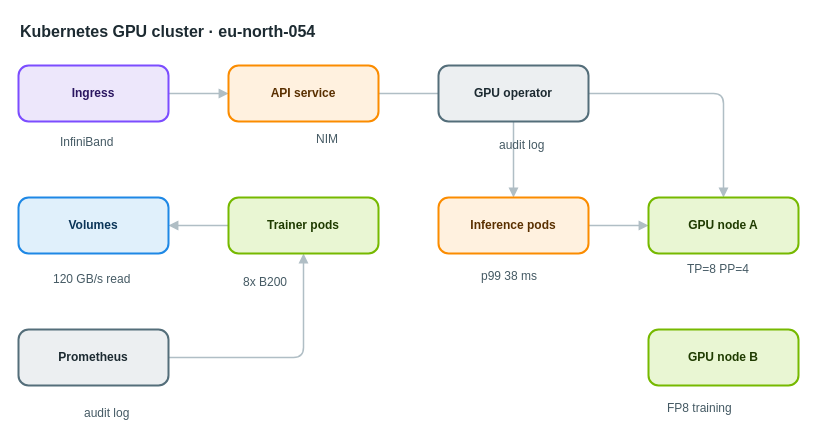
This is apps/web/public/samples/library/054-kubernetes-gpu-cluster.drawio from AryanG01/open-apprentice, a draw.io file, before an edit. Source tidied: cells renumbered, new cells numbered last; positions are measured from the earlier drawing's top-left corner, leaving out a move shared by most shapes. Both pictures are drawn from the tidied source at 100%, with x=0, y=0 at pixel (18, 17).
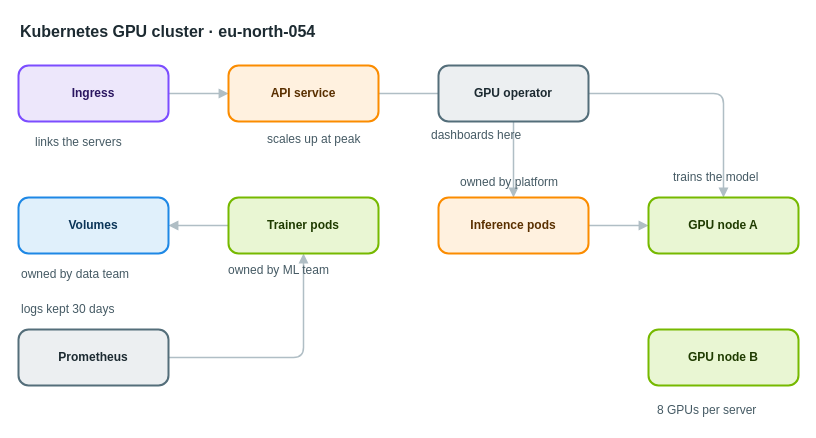
The same page after the edit.

What changed in the source:
```diff
@@
-    <mxCell id="18" value="InfiniBand" style="text;html=1;align=left;verticalAlign=top;whiteSpace=nowrap;spacing=0;spacingTop=0;strokeColor=none;fillColor=none;fontSize=12;fontColor=#455a64;" parent="1" vertex="1">
-      <mxGeometry x="42" y="113" width="82" height="20" as="geometry" />
+    <mxCell id="18" value="links the servers" style="text;html=1;align=left;verticalAlign=top;whiteSpace=nowrap;spacing=0;spacingTop=0;strokeColor=none;fillColor=none;fontSize=12;fontColor=#455a64;" parent="1" vertex="1">
+      <mxGeometry x="17" y="113" width="131" height="20" as="geometry" />
     </mxCell>
-    <mxCell id="19" value="NIM" style="text;html=1;align=left;verticalAlign=top;whiteSpace=nowrap;spacing=0;spacingTop=0;strokeColor=none;fillColor=none;fontSize=12;fontColor=#455a64;" parent="1" vertex="1">
-      <mxGeometry x="298" y="110" width="33" height="20" as="geometry" />
+    <mxCell id="19" value="scales up at peak" style="text;html=1;align=left;verticalAlign=top;whiteSpace=nowrap;spacing=0;spacingTop=0;strokeColor=none;fillColor=none;fontSize=12;fontColor=#455a64;" parent="1" vertex="1">
+      <mxGeometry x="249" y="110" width="131" height="20" as="geometry" />
     </mxCell>
-    <mxCell id="20" value="audit log" style="text;html=1;align=left;verticalAlign=top;whiteSpace=nowrap;spacing=0;spacingTop=0;strokeColor=none;fillColor=none;fontSize=12;fontColor=#455a64;" parent="1" vertex="1">
-      <mxGeometry x="481" y="116" width="75" height="20" as="geometry" />
+    <mxCell id="20" value="dashboards here" style="text;html=1;align=left;verticalAlign=top;whiteSpace=nowrap;spacing=0;spacingTop=0;strokeColor=none;fillColor=none;fontSize=12;fontColor=#455a64;" parent="1" vertex="1">
+      <mxGeometry x="413" y="106" width="117" height="20" as="geometry" />
     </mxCell>
-    <mxCell id="21" value="8x B200" style="text;html=1;align=left;verticalAlign=top;whiteSpace=nowrap;spacing=0;spacingTop=0;strokeColor=none;fillColor=none;fontSize=12;fontColor=#455a64;" parent="1" vertex="1">
-      <mxGeometry x="225" y="253" width="61" height="20" as="geometry" />
+    <mxCell id="21" value="owned by ML team" style="text;html=1;align=left;verticalAlign=top;whiteSpace=nowrap;spacing=0;spacingTop=0;strokeColor=none;fillColor=none;fontSize=12;fontColor=#455a64;" parent="1" vertex="1">
+      <mxGeometry x="210" y="241" width="124" height="20" as="geometry" />
     </mxCell>
-    <mxCell id="22" value="p99 38 ms" style="text;html=1;align=left;verticalAlign=top;whiteSpace=nowrap;spacing=0;spacingTop=0;strokeColor=none;fillColor=none;fontSize=12;fontColor=#455a64;" parent="1" vertex="1">
-      <mxGeometry x="463" y="247" width="75" height="20" as="geometry" />
+    <mxCell id="22" value="owned by platform" style="text;html=1;align=left;verticalAlign=top;whiteSpace=nowrap;spacing=0;spacingTop=0;strokeColor=none;fillColor=none;fontSize=12;fontColor=#455a64;" parent="1" vertex="1">
+      <mxGeometry x="442" y="153" width="131" height="20" as="geometry" />
     </mxCell>
-    <mxCell id="23" value="TP=8 PP=4" style="text;html=1;align=left;verticalAlign=top;whiteSpace=nowrap;spacing=0;spacingTop=0;strokeColor=none;fillColor=none;fontSize=12;fontColor=#455a64;" parent="1" vertex="1">
-      <mxGeometry x="669" y="240" width="75" height="20" as="geometry" />
+    <mxCell id="23" value="trains the model" style="text;html=1;align=left;verticalAlign=top;whiteSpace=nowrap;spacing=0;spacingTop=0;strokeColor=none;fillColor=none;fontSize=12;fontColor=#455a64;" parent="1" vertex="1">
+      <mxGeometry x="655" y="148" width="124" height="20" as="geometry" />
     </mxCell>
-    <mxCell id="24" value="FP8 training" style="text;html=1;align=left;verticalAlign=top;whiteSpace=nowrap;spacing=0;spacingTop=0;strokeColor=none;fillColor=none;fontSize=12;fontColor=#455a64;" parent="1" vertex="1">
-      <mxGeometry x="649" y="379" width="96" height="20" as="geometry" />
+    <mxCell id="24" value="8 GPUs per server" style="text;html=1;align=left;verticalAlign=top;whiteSpace=nowrap;spacing=0;spacingTop=0;strokeColor=none;fillColor=none;fontSize=12;fontColor=#455a64;" parent="1" vertex="1">
+      <mxGeometry x="639" y="381" width="131" height="20" as="geometry" />
     </mxCell>
-    <mxCell id="25" value="120 GB/s read" style="text;html=1;align=left;verticalAlign=top;whiteSpace=nowrap;spacing=0;spacingTop=0;strokeColor=none;fillColor=none;fontSize=12;fontColor=#455a64;" parent="1" vertex="1">
-      <mxGeometry x="35" y="250" width="103" height="20" as="geometry" />
+    <mxCell id="25" value="owned by data team" style="text;html=1;align=left;verticalAlign=top;whiteSpace=nowrap;spacing=0;spacingTop=0;strokeColor=none;fillColor=none;fontSize=12;fontColor=#455a64;" parent="1" vertex="1">
+      <mxGeometry x="3" y="245" width="138" height="20" as="geometry" />
     </mxCell>
-    <mxCell id="26" value="audit log" style="text;html=1;align=left;verticalAlign=top;whiteSpace=nowrap;spacing=0;spacingTop=0;strokeColor=none;fillColor=none;fontSize=12;fontColor=#455a64;" parent="1" vertex="1">
-      <mxGeometry x="66" y="384" width="75" height="20" as="geometry" />
+    <mxCell id="26" value="logs kept 30 days" style="text;html=1;align=left;verticalAlign=top;whiteSpace=nowrap;spacing=0;spacingTop=0;strokeColor=none;fillColor=none;fontSize=12;fontColor=#455a64;" parent="1" vertex="1">
+      <mxGeometry x="3" y="280" width="131" height="20" as="geometry" />
     </mxCell>
```
